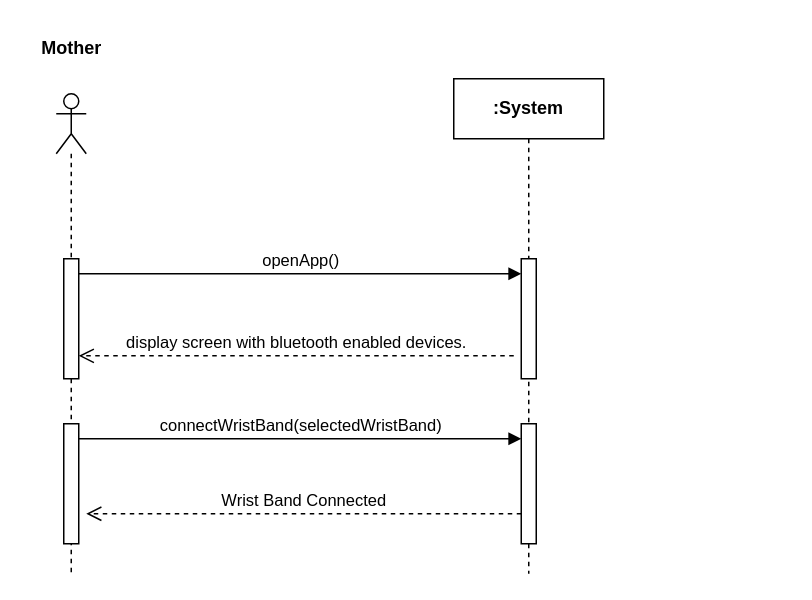
The draw.io diagram page "Pair Wrist Band" (4 of 16) of Documentations/Diagrams and Other Stuff/All SSD.drawio in kswork859/IoT-Mother-Fetus-Health-Monitoring, before the edit. Source tidied: cells renumbered, new cells numbered last; positions are measured from the earlier drawing's top-left corner, leaving out a move shared by most shapes. Both pictures are drawn from the tidied source at 150%, with x=0, y=0 at pixel (26, 26).
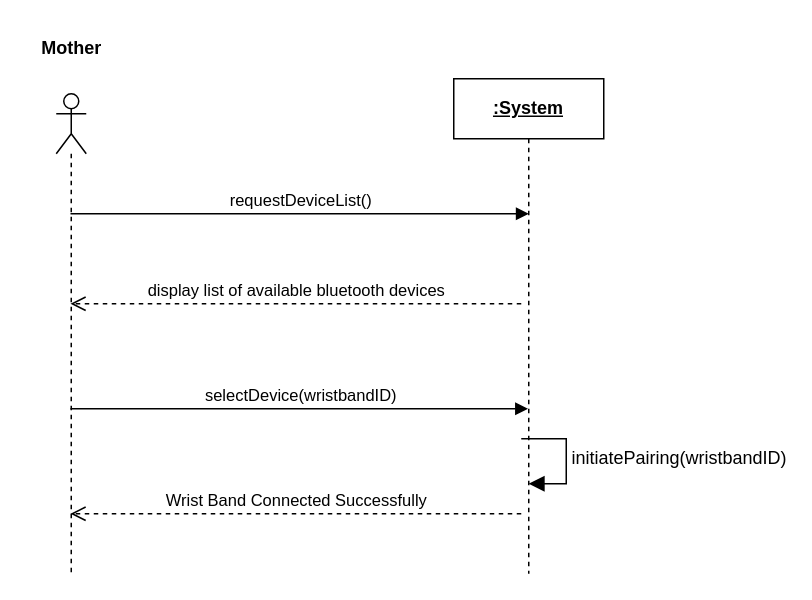
The same page after the edit.

Change to the diagram source:
```diff
@@
 <mxGraphModel>
   <root>
     <mxCell id="0" />
     <mxCell id="1" parent="0" />
-    <mxCell id="2" value="&lt;b&gt;:System&lt;/b&gt;" style="shape=umlLifeline;perimeter=lifelinePerimeter;whiteSpace=wrap;html=1;newEdgeStyle={&quot;curved&quot;:0,&quot;rounded&quot;:0};" parent="1" vertex="1">
+    <mxCell id="2" value="&lt;u&gt;&lt;b&gt;:System&lt;/b&gt;&lt;/u&gt;" style="shape=umlLifeline;perimeter=lifelinePerimeter;whiteSpace=wrap;html=1;newEdgeStyle={&quot;curved&quot;:0,&quot;rounded&quot;:0};" parent="1" vertex="1">
       <mxGeometry x="285" y="35" width="100" height="330" as="geometry" />
     </mxCell>
-    <mxCell id="3" style="html=1;perimeter=orthogonalPerimeter;targetShapes=umlLifeline;newEdgeStyle={&quot;curved&quot;:0,&quot;rounded&quot;:0};" parent="2" vertex="1">
-      <mxGeometry x="45" y="230" width="10" height="80" as="geometry" />
-    </mxCell>
-    <mxCell id="4" style="html=1;perimeter=orthogonalPerimeter;targetShapes=umlLifeline;newEdgeStyle={&quot;curved&quot;:0,&quot;rounded&quot;:0};" parent="1" vertex="1">
-      <mxGeometry x="330" y="155" width="10" height="80" as="geometry" />
-    </mxCell>
     <mxCell id="5" style="shape=umlLifeline;perimeter=lifelinePerimeter;whiteSpace=wrap;html=1;outlineConnect=0;portConstraint=eastwest;newEdgeStyle={&quot;curved&quot;:0,&quot;rounded&quot;:0};participant=umlActor;" parent="1" vertex="1">
       <mxGeometry x="20" y="45" width="20" height="320" as="geometry" />
     </mxCell>
-    <mxCell id="6" style="html=1;perimeter=orthogonalPerimeter;targetShapes=umlLifeline;newEdgeStyle={&quot;curved&quot;:0,&quot;rounded&quot;:0};" parent="5" vertex="1">
-      <mxGeometry x="5" y="220" width="10" height="80" as="geometry" />
-    </mxCell>
-    <mxCell id="7" value="openApp()" style="html=1;verticalAlign=bottom;endArrow=block;curved=0;rounded=0;" parent="1" edge="1" source="10">
+    <mxCell id="7" value="requestDeviceList()" style="html=1;verticalAlign=bottom;endArrow=block;curved=0;rounded=0;" parent="1" edge="1" source="5">
       <mxGeometry relative="1" as="geometry">
-        <mxPoint x="330" y="165" as="targetPoint" />
+        <mxPoint x="335" y="125" as="targetPoint" />
       </mxGeometry>
     </mxCell>
-    <mxCell id="8" value="display screen with bluetooth enabled devices." style="html=1;verticalAlign=bottom;endArrow=open;dashed=1;endSize=8;curved=0;rounded=0;" parent="1" edge="1">
+    <mxCell id="8" value="display list of available bluetooth devices" style="html=1;verticalAlign=bottom;endArrow=open;dashed=1;endSize=8;curved=0;rounded=0;" parent="1" edge="1" target="5">
       <mxGeometry relative="1" as="geometry">
-        <mxPoint x="325" y="219.7" as="sourcePoint" />
-        <mxPoint x="35" y="219.7" as="targetPoint" />
+        <mxPoint x="330" y="185" as="sourcePoint" />
       </mxGeometry>
     </mxCell>
     <mxCell id="9" value="&lt;div&gt;&lt;b&gt;Mother&lt;/b&gt;&lt;/div&gt;" style="text;html=1;align=center;verticalAlign=middle;strokeColor=none;fillColor=none;" parent="1" vertex="1">
       <mxGeometry width="60" height="30" as="geometry" />
     </mxCell>
-    <mxCell id="10" style="html=1;points=[[0,0,0,0,5],[0,1,0,0,-5],[1,0,0,0,5],[1,1,0,0,-5]];perimeter=orthogonalPerimeter;outlineConnect=0;targetShapes=umlLifeline;portConstraint=eastwest;newEdgeStyle={&quot;curved&quot;:0,&quot;rounded&quot;:0};" parent="1" vertex="1">
-      <mxGeometry x="25" y="155" width="10" height="80" as="geometry" />
-    </mxCell>
-    <mxCell id="11" value="connectWristBand(selectedWristBand)" style="html=1;verticalAlign=bottom;endArrow=block;curved=0;rounded=0;" parent="1" edge="1">
+    <mxCell id="11" value="selectDevice(wristbandID)" style="html=1;verticalAlign=bottom;endArrow=block;curved=0;rounded=0;" parent="1" edge="1">
       <mxGeometry relative="1" as="geometry">
-        <mxPoint x="35" y="275" as="sourcePoint" />
-        <mxPoint x="330" y="275" as="targetPoint" />
+        <mxPoint x="29.5" y="255" as="sourcePoint" />
+        <mxPoint x="334.5" y="255" as="targetPoint" />
       </mxGeometry>
     </mxCell>
-    <mxCell id="12" value="Wrist Band Connected" style="html=1;verticalAlign=bottom;endArrow=open;dashed=1;endSize=8;curved=0;rounded=0;" parent="1" edge="1">
+    <mxCell id="12" value="Wrist Band Connected Successfully" style="html=1;verticalAlign=bottom;endArrow=open;dashed=1;endSize=8;curved=0;rounded=0;" parent="1" edge="1" target="5">
       <mxGeometry relative="1" as="geometry">
         <mxPoint x="330" y="325" as="sourcePoint" />
-        <mxPoint x="40" y="325" as="targetPoint" />
       </mxGeometry>
     </mxCell>
+    <mxCell id="13" value="initiatePairing(wristbandID)" style="html=1;align=left;spacingLeft=2;endArrow=block;rounded=0;edgeStyle=orthogonalEdgeStyle;curved=0;rounded=0;fontSize=12;startSize=8;endSize=8;" parent="1" edge="1">
+      <mxGeometry relative="1" as="geometry">
+        <mxPoint x="330" y="275" as="sourcePoint" />
+        <mxPoint x="335" y="305" as="targetPoint" />
+        <Array as="points">
+          <mxPoint x="360" y="305" />
+        </Array>
+      </mxGeometry>
+    </mxCell>
   </root>
 </mxGraphModel>
```
